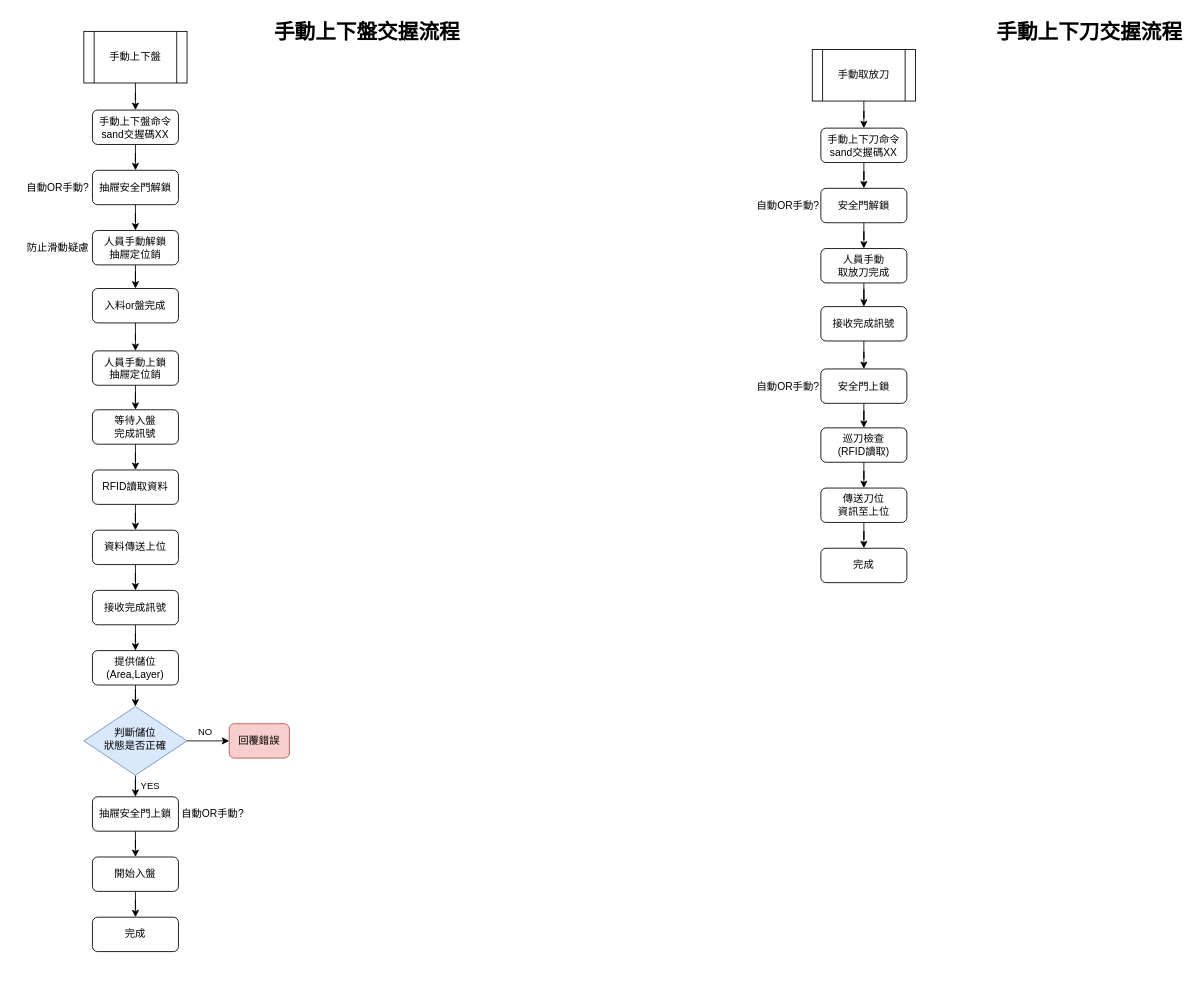
Before: page "手動上下料交握流程" (4 of 5) of 上位系統交握20240607.drawio in ChiangRyan/process-diagram, a draw.io diagram. Source tidied: cells renumbered, new cells numbered last; positions are measured from the earlier drawing's top-left corner, leaving out a move shared by most shapes. Both pictures are drawn from the tidied source at 86%, with x=0, y=0 at pixel (15, 15).
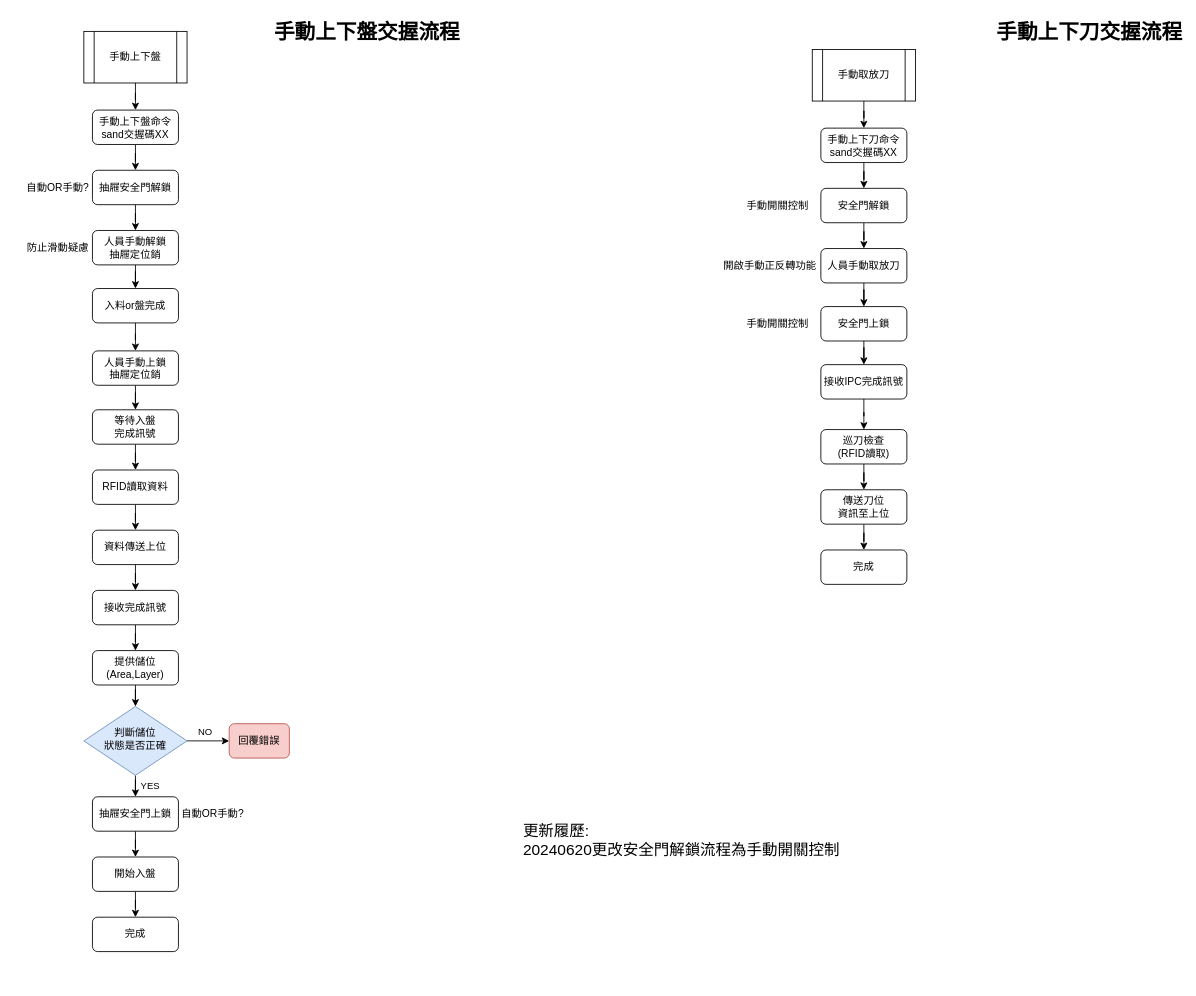
Above is the later version.

Commit message:
更新上位系統交握20240620.drawio

Diff of the diagram source:
```diff
@@
-    <mxCell id="37" style="edgeStyle=orthogonalEdgeStyle;rounded=0;jettySize=auto;html=1;entryX=0.5;entryY=0;entryDx=0;entryDy=0;" parent="1" edge="1" source="38" target="42">
-      <mxGeometry relative="1" as="geometry" />
-    </mxCell>
+    <mxCell id="60" style="edgeStyle=orthogonalEdgeStyle;rounded=0;jettySize=auto;html=1;entryX=0.5;entryY=0;entryDx=0;entryDy=0;" parent="1" edge="1" source="38" target="40">
+      <mxGeometry relative="1" as="geometry" />
+    </mxCell>
-    <mxCell id="38" value="人員手動&lt;div&gt;取放刀完成&lt;/div&gt;" style="rounded=1;whiteSpace=wrap;html=1;fontSize=12;glass=0;strokeWidth=1;shadow=0;" parent="1" vertex="1">
+    <mxCell id="38" value="人員手動&lt;span style=&quot;background-color: initial;&quot;&gt;取放刀&lt;/span&gt;" style="rounded=1;whiteSpace=wrap;html=1;fontSize=12;glass=0;strokeWidth=1;shadow=0;" parent="1" vertex="1">
       <mxGeometry x="937" y="271.5" width="100" height="40" as="geometry" />
     </mxCell>
-    <mxCell id="39" style="edgeStyle=orthogonalEdgeStyle;rounded=0;jettySize=auto;html=1;entryX=0.5;entryY=0;entryDx=0;entryDy=0;" parent="1" edge="1" source="40" target="49">
-      <mxGeometry relative="1" as="geometry" />
-    </mxCell>
+    <mxCell id="61" style="edgeStyle=orthogonalEdgeStyle;rounded=0;jettySize=auto;html=1;entryX=0.5;entryY=0;entryDx=0;entryDy=0;" parent="1" edge="1" source="40" target="42">
+      <mxGeometry relative="1" as="geometry" />
+    </mxCell>
     <mxCell id="40" value="安全門上鎖" style="rounded=1;whiteSpace=wrap;html=1;fontSize=12;glass=0;strokeWidth=1;shadow=0;" parent="1" vertex="1">
-      <mxGeometry x="937" y="411.5" width="100" height="40" as="geometry" />
+      <mxGeometry x="937" y="339" width="100" height="40" as="geometry" />
     </mxCell>
-    <mxCell id="41" style="edgeStyle=orthogonalEdgeStyle;rounded=0;jettySize=auto;html=1;entryX=0.5;entryY=0;entryDx=0;entryDy=0;" parent="1" edge="1" source="42" target="40">
-      <mxGeometry relative="1" as="geometry" />
-    </mxCell>
+    <mxCell id="62" style="edgeStyle=orthogonalEdgeStyle;rounded=0;jettySize=auto;html=1;entryX=0.5;entryY=0;entryDx=0;entryDy=0;" parent="1" edge="1" source="42" target="49">
+      <mxGeometry relative="1" as="geometry" />
+    </mxCell>
-    <mxCell id="42" value="接收完成訊號" style="rounded=1;whiteSpace=wrap;html=1;fontSize=12;glass=0;strokeWidth=1;shadow=0;" parent="1" vertex="1">
-      <mxGeometry x="937" y="339" width="100" height="40" as="geometry" />
+    <mxCell id="42" value="接收IPC完成訊號" style="rounded=1;whiteSpace=wrap;html=1;fontSize=12;glass=0;strokeWidth=1;shadow=0;" parent="1" vertex="1">
+      <mxGeometry x="937" y="406.5" width="100" height="40" as="geometry" />
     </mxCell>
@@
-    <mxCell id="47" value="自動OR手動?" style="text;html=1;align=center;verticalAlign=middle;whiteSpace=wrap;rounded=0;" parent="1" vertex="1">
-      <mxGeometry x="849" y="416.5" width="100" height="30" as="geometry" />
-    </mxCell>
@@
     <mxCell id="49" value="巡刀檢查&lt;div&gt;(RFID讀取)&lt;/div&gt;" style="rounded=1;whiteSpace=wrap;html=1;fontSize=12;glass=0;strokeWidth=1;shadow=0;" parent="1" vertex="1">
-      <mxGeometry x="937" y="480" width="100" height="40" as="geometry" />
+      <mxGeometry x="937" y="482" width="100" height="40" as="geometry" />
     </mxCell>
@@
     <mxCell id="51" value="傳送刀位&lt;div&gt;&lt;span style=&quot;background-color: initial;&quot;&gt;資訊至上位&lt;/span&gt;&lt;/div&gt;" style="rounded=1;whiteSpace=wrap;html=1;fontSize=12;glass=0;strokeWidth=1;shadow=0;" parent="1" vertex="1">
-      <mxGeometry x="937" y="550" width="100" height="40" as="geometry" />
+      <mxGeometry x="937" y="552" width="100" height="40" as="geometry" />
     </mxCell>
@@
     <mxCell id="58" value="完成" style="rounded=1;whiteSpace=wrap;html=1;fontSize=12;glass=0;strokeWidth=1;shadow=0;" parent="1" vertex="1">
-      <mxGeometry x="937" y="620" width="100" height="40" as="geometry" />
+      <mxGeometry x="937" y="622" width="100" height="40" as="geometry" />
     </mxCell>
-    <mxCell id="59" value="自動OR手動?" style="text;html=1;align=center;verticalAlign=middle;whiteSpace=wrap;rounded=0;" parent="1" vertex="1">
-      <mxGeometry x="849" y="206.5" width="100" height="30" as="geometry" />
+    <mxCell id="59" value="手動開關控制" style="text;html=1;align=center;verticalAlign=middle;whiteSpace=wrap;rounded=0;" parent="1" vertex="1">
+      <mxGeometry x="837" y="206.5" width="100" height="30" as="geometry" />
     </mxCell>
+    <mxCell id="63" value="開啟手動正反轉功能" style="text;html=1;align=center;verticalAlign=middle;whiteSpace=wrap;rounded=0;" parent="1" vertex="1">
+      <mxGeometry x="819" y="276.5" width="118" height="30" as="geometry" />
+    </mxCell>
+    <mxCell id="64" value="手動開關控制" style="text;html=1;align=center;verticalAlign=middle;whiteSpace=wrap;rounded=0;" parent="1" vertex="1">
+      <mxGeometry x="837" y="344" width="100" height="30" as="geometry" />
+    </mxCell>
+    <mxCell id="65" value="&lt;font style=&quot;font-size: 18px;&quot;&gt;更新履歷:&lt;/font&gt;&lt;div style=&quot;font-size: 18px;&quot;&gt;&lt;font style=&quot;font-size: 18px;&quot;&gt;20240620更改安全門解鎖流程為手動開關控制&lt;/font&gt;&lt;/div&gt;" style="text;html=1;align=left;verticalAlign=top;whiteSpace=wrap;rounded=0;labelPosition=center;verticalLabelPosition=middle;" parent="1" vertex="1">
+      <mxGeometry x="589" y="932" width="420" height="192" as="geometry" />
+    </mxCell>
```
